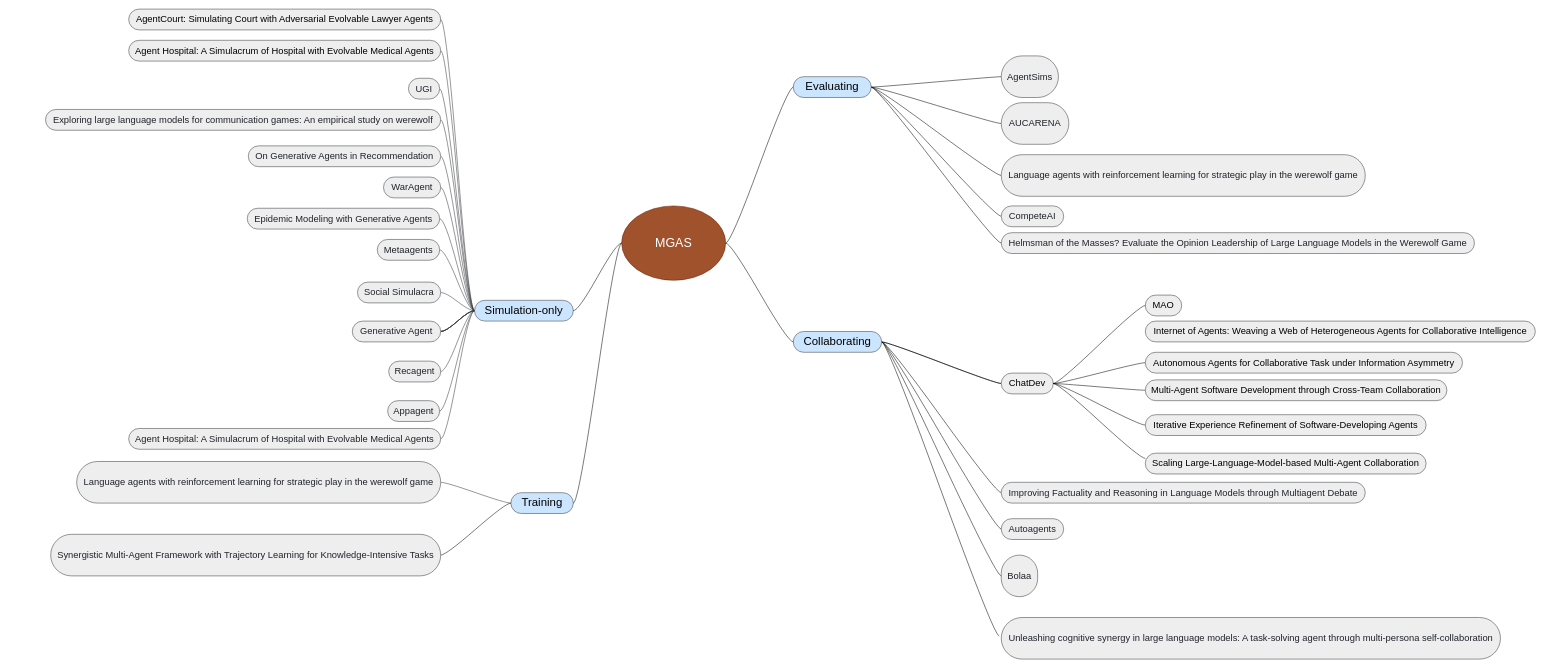
The draw.io diagram page "Application_framework" (4 of 5) of Sim_Survey.drawio in bianhua-12/Multi-generative_Agent_System_survey, before the edit. Source tidied: cells renumbered, new cells numbered last; positions are measured from the earlier drawing's top-left corner, leaving out a move shared by most shapes. Both pictures are drawn from the tidied source at 52%, with x=0, y=0 at pixel (45, 9).
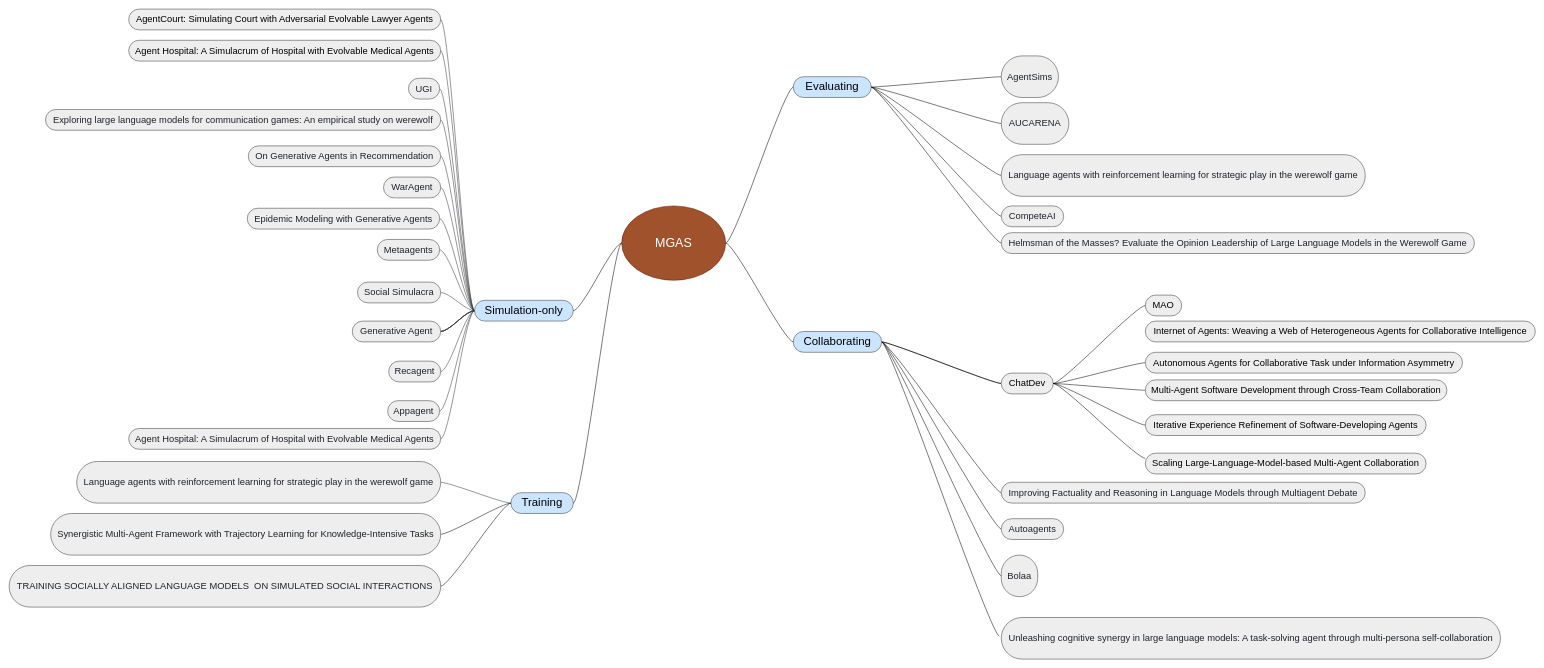
Above is the later version.

Unchanged cells that the change refers to:
```xml
<mxCell id="22" value="Training" style="whiteSpace=wrap;html=1;rounded=1;arcSize=50;align=center;verticalAlign=middle;strokeWidth=1;spacing=4;newEdgeStyle={&quot;edgeStyle&quot;:&quot;entityRelationEdgeStyle&quot;,&quot;startArrow&quot;:&quot;none&quot;,&quot;endArrow&quot;:&quot;none&quot;,&quot;segment&quot;:10,&quot;curved&quot;:1,&quot;sourcePerimeterSpacing&quot;:0,&quot;targetPerimeterSpacing&quot;:0};fontSize=22;fillColor=#cce5ff;strokeColor=#36393d;" parent="1" vertex="1">
  <mxGeometry x="895" y="930" width="120" height="40" as="geometry" />
</mxCell>
```

The edit, as a diff of the source:
```diff
@@
     <mxCell id="59" value="&lt;div style=&quot;color: rgb(31, 35, 41);&quot;&gt;&lt;p&gt;Synergistic Multi-Agent Framework with Trajectory Learning for Knowledge-Intensive Tasks&lt;/p&gt;&lt;/div&gt;&lt;span style=&quot;white-space-collapse: preserve;&quot;&gt;&lt;/span&gt;" style="whiteSpace=wrap;html=1;fontSize=18;rounded=1;arcSize=50;strokeWidth=1;spacing=4;fillColor=#eeeeee;strokeColor=#36393d;" parent="1" vertex="1">
-      <mxGeometry x="10" y="1010" width="750" height="80" as="geometry" />
+      <mxGeometry x="10" y="970" width="750" height="80" as="geometry" />
     </mxCell>
@@
+    <mxCell id="77" style="edgeStyle=entityRelationEdgeStyle;rounded=0;jettySize=auto;html=1;startArrow=none;endArrow=none;segment=10;curved=1;sourcePerimeterSpacing=0;targetPerimeterSpacing=0;entryX=1;entryY=0.5;entryDx=0;entryDy=0;exitX=0;exitY=0.5;exitDx=0;exitDy=0;" parent="1" edge="1" source="22" target="78">
+      <mxGeometry relative="1" as="geometry">
+        <Array as="points">
+          <mxPoint x="888" y="1030" />
+          <mxPoint x="888" y="960" />
+        </Array>
+      </mxGeometry>
+    </mxCell>
+    <mxCell id="78" value="&lt;div style=&quot;color: rgb(31, 35, 41);&quot;&gt;&lt;p&gt;TRAINING SOCIALLY ALIGNED LANGUAGE MODELS&amp;nbsp; ON SIMULATED SOCIAL INTERACTIONS&lt;/p&gt;&lt;/div&gt;&lt;span style=&quot;white-space-collapse: preserve;&quot;&gt;&lt;/span&gt;" style="whiteSpace=wrap;html=1;fontSize=18;rounded=1;arcSize=50;strokeWidth=1;spacing=4;fillColor=#eeeeee;strokeColor=#36393d;" parent="1" vertex="1">
+      <mxGeometry x="-70" y="1070" width="830" height="80" as="geometry" />
+    </mxCell>
```
